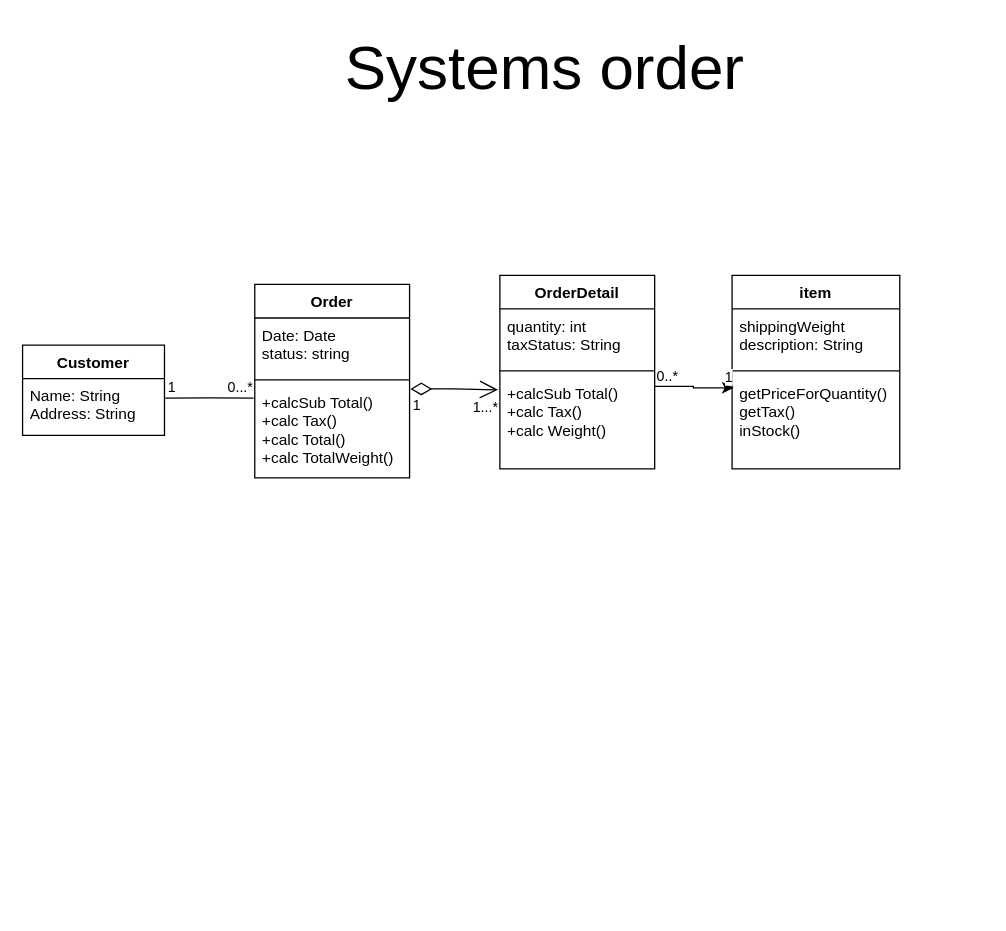
This is page "CLASS Diagram UML" (1 of 2) of ДИАГРАММА .drawio from KonstantinBatrakov/BPMN_EPC_IDEF0_UML, a draw.io file, before an edit. Source tidied: cells renumbered, new cells numbered last; positions are measured from the earlier drawing's top-left corner, leaving out a move shared by most shapes. Both pictures are drawn from the tidied source at 129%, with x=0, y=0 at pixel (22, 22).
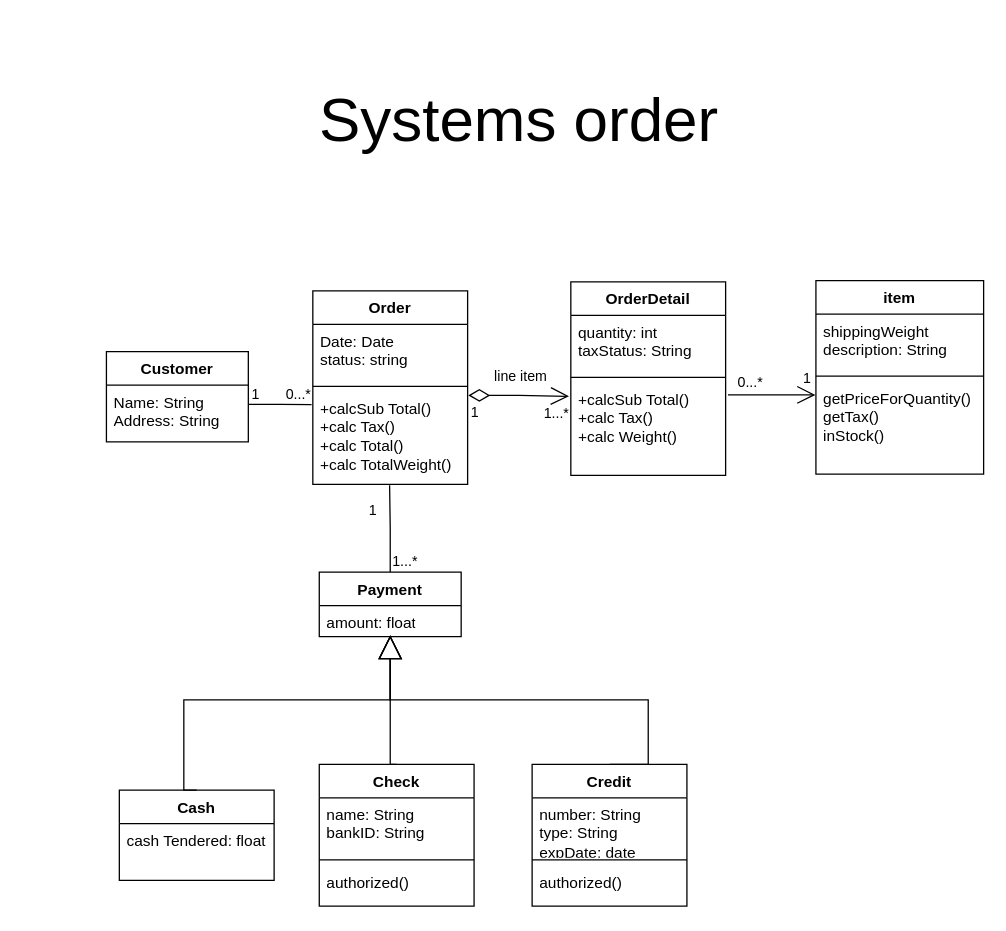
The same page after the edit.

Unchanged cells that the change refers to:
```xml
<mxCell id="7" value="+calcSub Total()&lt;div&gt;+calc Tax()&lt;/div&gt;&lt;div&gt;+calc Total()&lt;/div&gt;&lt;div&gt;+calc TotalWeight()&lt;/div&gt;" style="text;strokeColor=none;fillColor=none;align=left;verticalAlign=top;spacingLeft=4;spacingRight=4;overflow=hidden;points=[[0,0.5],[1,0.5]];portConstraint=eastwest;whiteSpace=wrap;html=1;" parent="4" vertex="1">
  <mxGeometry y="78" width="120" height="72" as="geometry" />
</mxCell>
<mxCell id="12" value="+calcSub Total()&lt;div&gt;+calc Tax()&lt;/div&gt;&lt;div&gt;+calc Weight()&lt;/div&gt;" style="text;strokeColor=none;fillColor=none;align=left;verticalAlign=top;spacingLeft=4;spacingRight=4;overflow=hidden;points=[[0,0.5],[1,0.5]];portConstraint=eastwest;whiteSpace=wrap;html=1;" parent="9" vertex="1">
  <mxGeometry y="78" width="120" height="72" as="geometry" />
</mxCell>
<mxCell id="13" style="endArrow=open;html=1;endSize=12;startArrow=diamondThin;startSize=14;startFill=0;edgeStyle=orthogonalEdgeStyle;rounded=0;exitX=1.005;exitY=0.042;exitDx=0;exitDy=0;exitPerimeter=0;entryX=-0.012;entryY=0.149;entryDx=0;entryDy=0;entryPerimeter=0;" parent="1" edge="1" source="7" target="12">
  <mxGeometry relative="1" as="geometry" />
</mxCell>
<mxCell id="22" value="getPriceForQuantity()&lt;div&gt;getTax()&lt;/div&gt;&lt;div&gt;inStock()&lt;/div&gt;" style="text;strokeColor=none;fillColor=none;align=left;verticalAlign=top;spacingLeft=4;spacingRight=4;overflow=hidden;points=[[0,0.5],[1,0.5]];portConstraint=eastwest;whiteSpace=wrap;html=1;" parent="19" vertex="1">
  <mxGeometry y="78" width="130" height="72" as="geometry" />
</mxCell>
```

What changed in the source:
```diff
@@
     <mxCell id="2" value="Customer" style="swimlane;fontStyle=1;align=center;verticalAlign=top;horizontal=1;startSize=26;whiteSpace=wrap;html=1;" parent="1" vertex="1">
-      <mxGeometry y="250" width="110" height="70" as="geometry" />
+      <mxGeometry x="65" y="255" width="110" height="70" as="geometry" />
     </mxCell>
@@
     <mxCell id="4" value="Order" style="swimlane;fontStyle=1;align=center;verticalAlign=top;horizontal=1;startSize=26;whiteSpace=wrap;html=1;" parent="1" vertex="1">
-      <mxGeometry x="180" y="203" width="120" height="150" as="geometry" />
+      <mxGeometry x="225" y="208" width="120" height="150" as="geometry" />
     </mxCell>
@@
     <mxCell id="8" value="&lt;font style=&quot;font-size: 48px;&quot;&gt;Systems order&lt;/font&gt;" style="text;html=1;align=center;verticalAlign=middle;whiteSpace=wrap;rounded=0;" parent="1" vertex="1">
-      <mxGeometry x="200" width="410" height="70" as="geometry" />
+      <mxGeometry x="180" y="40" width="410" height="70" as="geometry" />
     </mxCell>
     <mxCell id="9" value="OrderDetail" style="swimlane;fontStyle=1;align=center;verticalAlign=top;horizontal=1;startSize=26;whiteSpace=wrap;html=1;" parent="1" vertex="1">
-      <mxGeometry x="370" y="196" width="120" height="150" as="geometry" />
+      <mxGeometry x="425" y="201" width="120" height="150" as="geometry" />
     </mxCell>
@@
+    <mxCell id="26" value="line item" style="edgeLabel;html=1;align=center;verticalAlign=middle;" parent="13" vertex="1">
+      <mxGeometry relative="1" as="geometry">
+        <mxPoint y="-15" as="offset" />
+      </mxGeometry>
+    </mxCell>
@@
     <mxCell id="19" value="item" style="swimlane;fontStyle=1;align=center;verticalAlign=top;horizontal=1;startSize=26;whiteSpace=wrap;html=1;" parent="1" vertex="1">
-      <mxGeometry x="550" y="196" width="130" height="150" as="geometry" />
+      <mxGeometry x="615" y="200" width="130" height="150" as="geometry" />
     </mxCell>
@@
-    <mxCell id="23" style="endArrow=classic;html=1;rounded=0;exitX=1.001;exitY=0.111;exitDx=0;exitDy=0;exitPerimeter=0;entryX=0.009;entryY=0.127;entryDx=0;entryDy=0;entryPerimeter=0;edgeStyle=orthogonalEdgeStyle;" parent="1" edge="1" source="12" target="22">
+    <mxCell id="23" style="endArrow=open;endFill=1;endSize=12;html=1;rounded=0;entryX=-0.003;entryY=0.148;entryDx=0;entryDy=0;entryPerimeter=0;exitX=1.015;exitY=0.133;exitDx=0;exitDy=0;exitPerimeter=0;edgeStyle=orthogonalEdgeStyle;" parent="1" edge="1" source="12" target="22">
       <mxGeometry relative="1" as="geometry" />
     </mxCell>
-    <mxCell id="24" value="0..*" style="edgeLabel;html=1;align=left;verticalAlign=bottom;" parent="23" vertex="1">
-      <mxGeometry x="-1" relative="1" as="geometry" />
-    </mxCell>
+    <mxCell id="27" value="0...*" style="edgeLabel;html=1;align=center;verticalAlign=middle;" parent="23" vertex="1">
+      <mxGeometry x="0.31" y="-2" relative="1" as="geometry">
+        <mxPoint x="-27" y="-12" as="offset" />
+      </mxGeometry>
+    </mxCell>
+    <mxCell id="28" value="1" style="edgeLabel;html=1;align=center;verticalAlign=middle;" parent="23" vertex="1">
+      <mxGeometry x="0.79" y="2" relative="1" as="geometry">
+        <mxPoint y="-11" as="offset" />
+      </mxGeometry>
+    </mxCell>
+    <mxCell id="29" value="Payment" style="swimlane;fontStyle=1;align=center;verticalAlign=top;horizontal=1;startSize=26;whiteSpace=wrap;html=1;" parent="1" vertex="1">
+      <mxGeometry x="230" y="426" width="110" height="50" as="geometry" />
+    </mxCell>
+    <mxCell id="30" value="amount: float" style="text;strokeColor=none;fillColor=none;align=left;verticalAlign=top;spacingLeft=4;spacingRight=4;overflow=hidden;whiteSpace=wrap;html=1;" parent="29" vertex="1">
+      <mxGeometry y="26" width="110" height="24" as="geometry" />
+    </mxCell>
+    <mxCell id="31" style="endArrow=none;html=1;edgeStyle=orthogonalEdgeStyle;rounded=0;exitX=0.5;exitY=0;exitDx=0;exitDy=0;entryX=0.496;entryY=1.008;entryDx=0;entryDy=0;entryPerimeter=0;" parent="1" edge="1" source="29" target="7">
+      <mxGeometry relative="1" as="geometry" />
+    </mxCell>
+    <mxCell id="32" value="1...*" style="edgeLabel;html=1;align=left;verticalAlign=bottom;" parent="31" vertex="1">
+      <mxGeometry x="-1" relative="1" as="geometry" />
+    </mxCell>
-    <mxCell id="25" value="1" style="edgeLabel;html=1;align=right;verticalAlign=bottom;" parent="23" vertex="1">
-      <mxGeometry x="1" relative="1" as="geometry" />
+    <mxCell id="25" value="1" style="edgeLabel;html=1;align=right;verticalAlign=bottom;" parent="31" vertex="1">
+      <mxGeometry x="1" relative="1" as="geometry">
+        <mxPoint x="-10" y="27" as="offset" />
+      </mxGeometry>
     </mxCell>
+    <mxCell id="33" value="Check" style="swimlane;fontStyle=1;align=center;verticalAlign=top;horizontal=1;startSize=26;whiteSpace=wrap;html=1;" parent="1" vertex="1">
+      <mxGeometry x="230" y="575" width="120" height="110" as="geometry" />
+    </mxCell>
+    <mxCell id="34" value="&lt;div&gt;name: String&lt;/div&gt;&lt;div&gt;bankID: String&lt;/div&gt;" style="text;strokeColor=none;fillColor=none;align=left;verticalAlign=top;spacingLeft=4;spacingRight=4;overflow=hidden;whiteSpace=wrap;html=1;" parent="33" vertex="1">
+      <mxGeometry y="26" width="120" height="44" as="geometry" />
+    </mxCell>
+    <mxCell id="35" style="line;strokeWidth=1;fillColor=none;align=left;verticalAlign=middle;spacingTop=-1;spacingLeft=3;spacingRight=3;labelPosition=right;strokeColor=inherit;" parent="33" vertex="1">
+      <mxGeometry y="70" width="120" height="8" as="geometry" />
+    </mxCell>
+    <mxCell id="36" value="authorized()" style="text;strokeColor=none;fillColor=none;align=left;verticalAlign=top;spacingLeft=4;spacingRight=4;overflow=hidden;whiteSpace=wrap;html=1;" parent="33" vertex="1">
+      <mxGeometry y="78" width="120" height="32" as="geometry" />
+    </mxCell>
+    <mxCell id="37" value="Credit" style="swimlane;fontStyle=1;align=center;verticalAlign=top;horizontal=1;startSize=26;whiteSpace=wrap;html=1;" parent="1" vertex="1">
+      <mxGeometry x="395" y="575" width="120" height="110" as="geometry" />
+    </mxCell>
+    <mxCell id="38" value="&lt;div&gt;number: String&lt;/div&gt;&lt;div&gt;type: String&lt;/div&gt;&lt;div&gt;expDate: date&lt;/div&gt;" style="text;strokeColor=none;fillColor=none;align=left;verticalAlign=top;spacingLeft=4;spacingRight=4;overflow=hidden;whiteSpace=wrap;html=1;" parent="37" vertex="1">
+      <mxGeometry y="26" width="120" height="44" as="geometry" />
+    </mxCell>
+    <mxCell id="39" style="line;strokeWidth=1;fillColor=none;align=left;verticalAlign=middle;spacingTop=-1;spacingLeft=3;spacingRight=3;labelPosition=right;strokeColor=inherit;" parent="37" vertex="1">
+      <mxGeometry y="70" width="120" height="8" as="geometry" />
+    </mxCell>
+    <mxCell id="40" value="authorized()" style="text;strokeColor=none;fillColor=none;align=left;verticalAlign=top;spacingLeft=4;spacingRight=4;overflow=hidden;whiteSpace=wrap;html=1;" parent="37" vertex="1">
+      <mxGeometry y="78" width="120" height="32" as="geometry" />
+    </mxCell>
+    <mxCell id="41" value="Cash" style="swimlane;fontStyle=1;align=center;verticalAlign=top;horizontal=1;startSize=26;whiteSpace=wrap;html=1;" parent="1" vertex="1">
+      <mxGeometry x="75" y="595" width="120" height="70" as="geometry" />
+    </mxCell>
+    <mxCell id="42" value="&lt;div&gt;cash Tendered: float&lt;/div&gt;" style="text;strokeColor=none;fillColor=none;align=left;verticalAlign=top;spacingLeft=4;spacingRight=4;overflow=hidden;whiteSpace=wrap;html=1;" parent="41" vertex="1">
+      <mxGeometry y="26" width="120" height="44" as="geometry" />
+    </mxCell>
+    <mxCell id="43" style="endArrow=block;endSize=16;endFill=0;html=1;rounded=0;exitX=0.5;exitY=0;exitDx=0;exitDy=0;edgeStyle=orthogonalEdgeStyle;" parent="1" edge="1" source="33">
+      <mxGeometry relative="1" as="geometry">
+        <mxPoint x="285" y="475" as="targetPoint" />
+        <Array as="points">
+          <mxPoint x="285" y="515" />
+          <mxPoint x="285" y="515" />
+        </Array>
+      </mxGeometry>
+    </mxCell>
+    <mxCell id="44" style="endArrow=block;endSize=16;endFill=0;html=1;rounded=0;exitX=0.5;exitY=0;exitDx=0;exitDy=0;edgeStyle=orthogonalEdgeStyle;" parent="1" edge="1" source="37">
+      <mxGeometry relative="1" as="geometry">
+        <mxPoint x="285" y="475" as="targetPoint" />
+        <Array as="points">
+          <mxPoint x="485" y="525" />
+          <mxPoint x="285" y="525" />
+        </Array>
+      </mxGeometry>
+    </mxCell>
+    <mxCell id="45" style="endArrow=block;endSize=16;endFill=0;html=1;rounded=0;exitX=0.5;exitY=0;exitDx=0;exitDy=0;edgeStyle=orthogonalEdgeStyle;" parent="1" edge="1" source="41">
+      <mxGeometry relative="1" as="geometry">
+        <mxPoint x="285" y="475" as="targetPoint" />
+        <Array as="points">
+          <mxPoint x="125" y="595" />
+          <mxPoint x="125" y="525" />
+          <mxPoint x="285" y="525" />
+        </Array>
+      </mxGeometry>
+    </mxCell>
```
